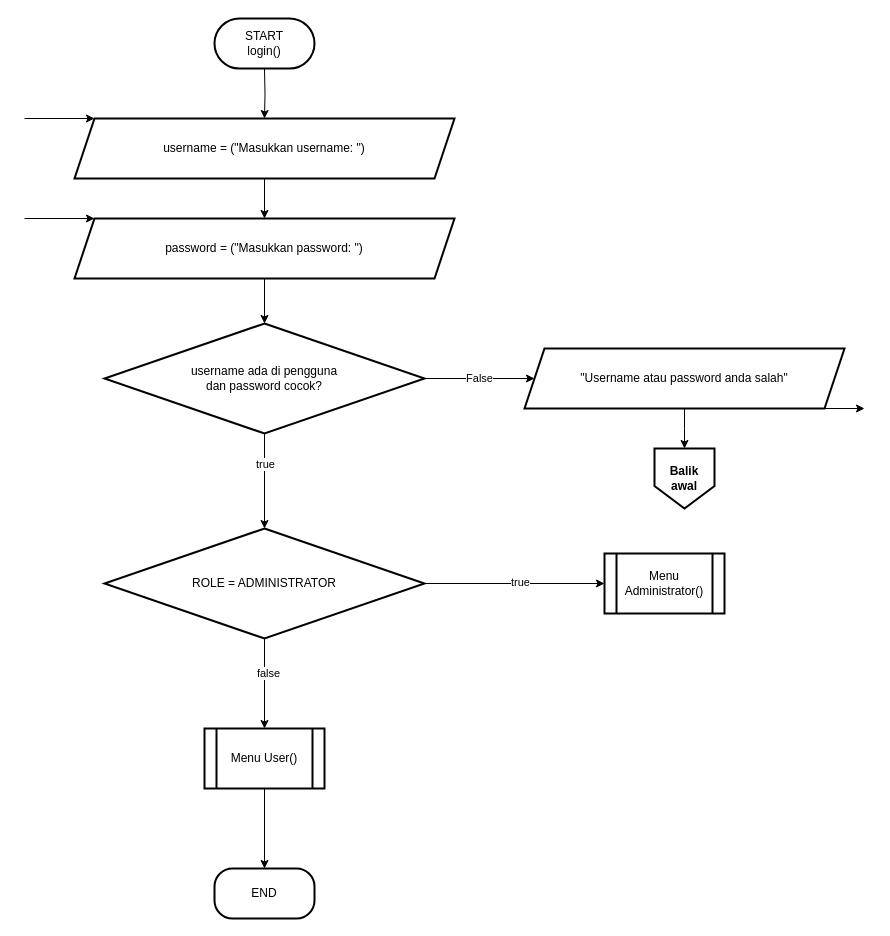
This is page "Halaman 2 (Login)" (2 of 11) of Flowchart/B1-Toko Jas Tofu-Flowchart.drawio from tofsuw23/PA-APD-toko-jas-tofu, a draw.io file, before an edit. Source tidied: cells renumbered, new cells numbered last; positions are measured from the earlier drawing's top-left corner, leaving out a move shared by most shapes. Both pictures are drawn from the tidied source at 100%, with x=0, y=0 at pixel (24, 18).
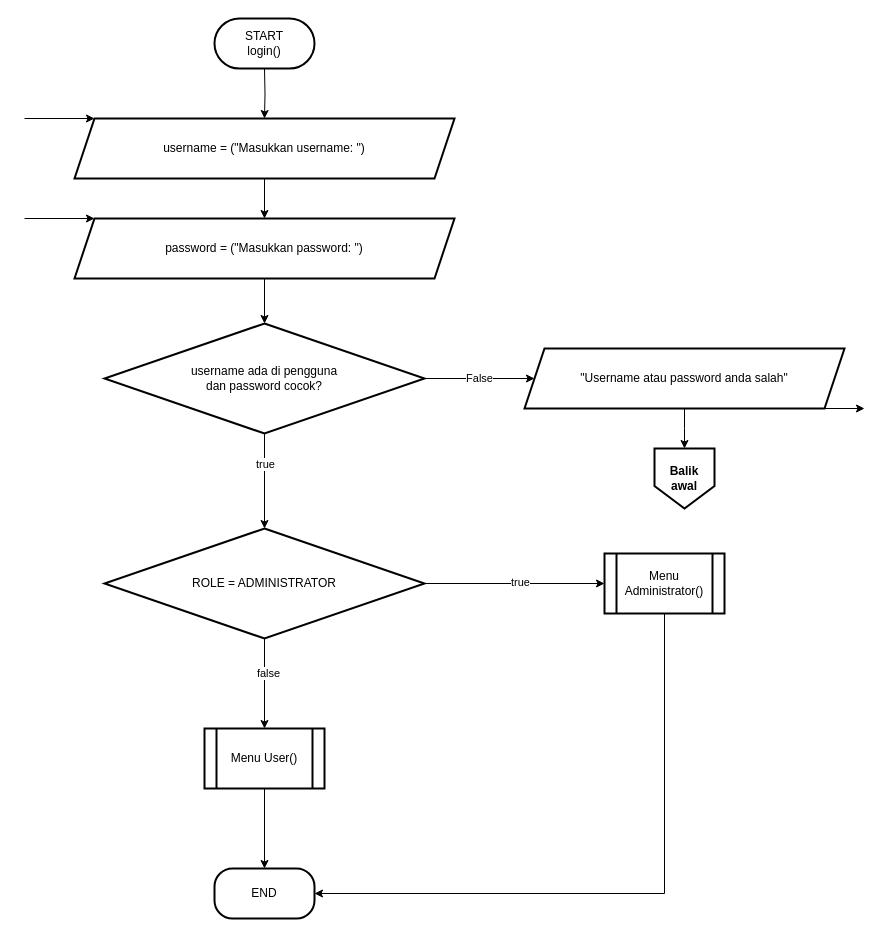
Above is the later version.

Unchanged cells that the change refers to:
```xml
<mxCell id="18" value="END" style="rounded=1;arcSize=36;whiteSpace=wrap;html=1;fillColor=none;strokeWidth=2;fontSize=12;" parent="1" vertex="1">
  <mxGeometry x="190" y="850" width="100" height="50" as="geometry" />
</mxCell>
<mxCell id="24" value="Menu Administrator()" style="shape=process;whiteSpace=wrap;html=1;backgroundOutline=1;fillColor=none;strokeWidth=2;" parent="1" vertex="1">
  <mxGeometry x="580" y="535" width="120" height="60" as="geometry" />
</mxCell>
```

Diff of the diagram source:
```diff
@@
+    <mxCell id="27" style="edgeStyle=orthogonalEdgeStyle;rounded=0;jettySize=auto;html=1;entryX=1;entryY=0.5;entryDx=0;entryDy=0;defaultLabelBackgroundColor=page;labelPadding=0 4;" parent="1" edge="1" source="24" target="18">
+      <mxGeometry relative="1" as="geometry">
+        <Array as="points">
+          <mxPoint x="640" y="875" />
+        </Array>
+      </mxGeometry>
+    </mxCell>
```
